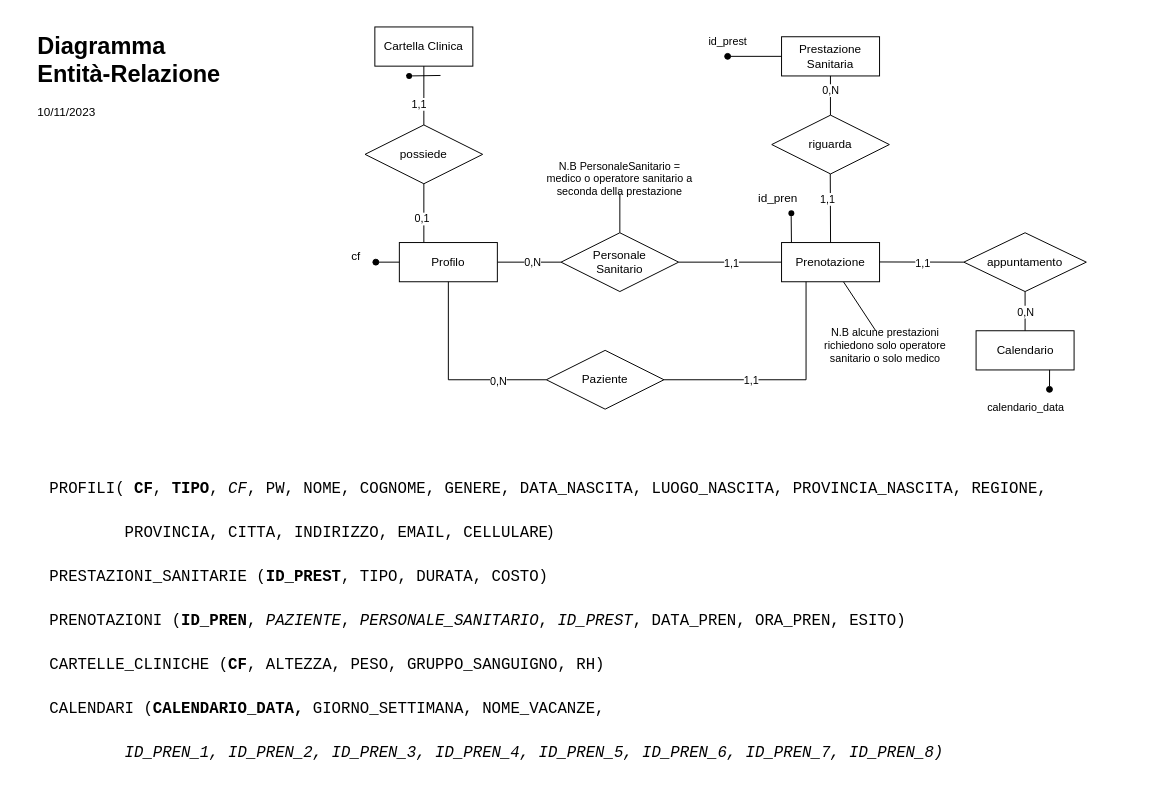
The draw.io diagram DiagrammaER.drawio in IngSW-unipv/Progetto-D23, before the edit. Source tidied: cells renumbered, new cells numbered last; positions are measured from the earlier drawing's top-left corner, leaving out a move shared by most shapes. Both pictures are drawn from the tidied source at 98%, with x=0, y=0 at pixel (32, 26).
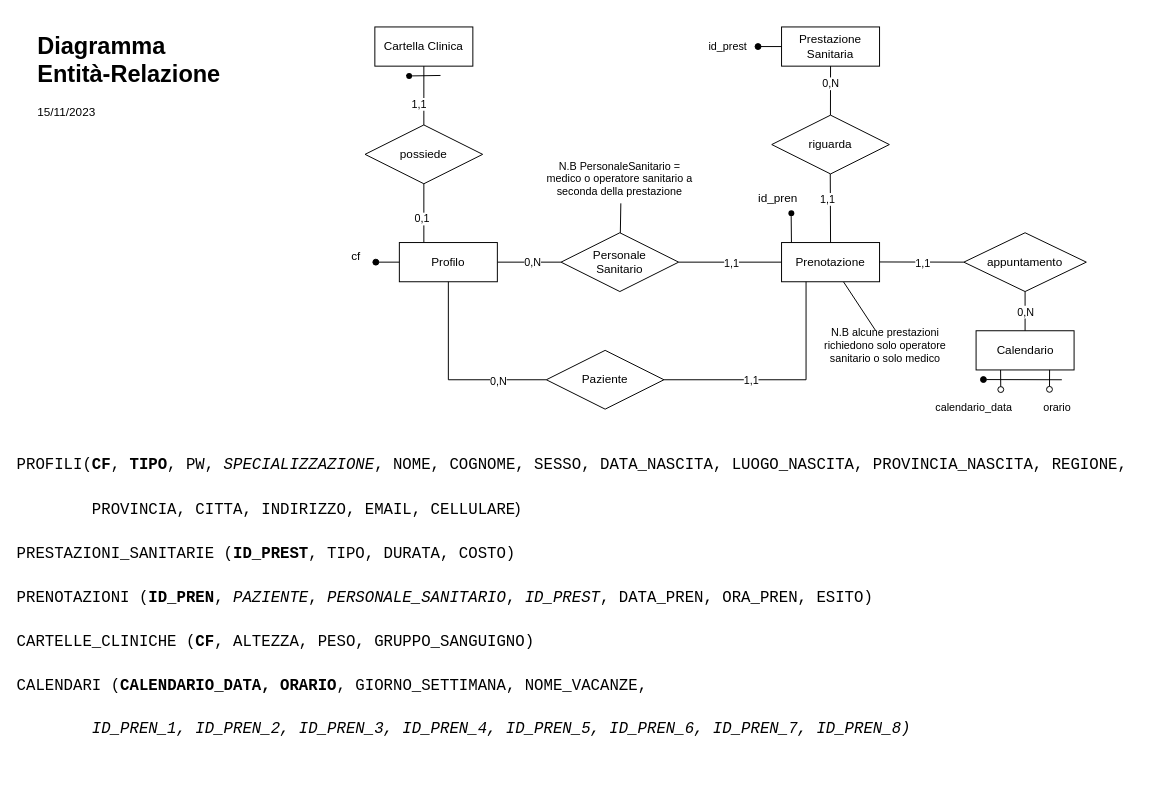
After the change.

Commit message (it also covers changes not shown here):
Popolamento prenotazioni DB e aggiornamento ERA

Unchanged cells that the change refers to:
```xml
<mxCell id="19" value="Calendario" style="whiteSpace=wrap;html=1;align=center;" parent="1" vertex="1">
  <mxGeometry x="962.5" y="310" width="100" height="40" as="geometry" />
</mxCell>
<mxCell id="31" value="Personale&lt;br&gt;Sanitario" style="shape=rhombus;perimeter=rhombusPerimeter;whiteSpace=wrap;html=1;align=center;" parent="1" vertex="1">
  <mxGeometry x="539" y="210" width="120" height="60" as="geometry" />
</mxCell>
<mxCell id="49" value="N.B PersonaleSanitario = medico o operatore sanitario a seconda della prestazione" style="text;html=1;strokeColor=none;fillColor=none;align=center;verticalAlign=middle;whiteSpace=wrap;rounded=0;fontSize=11;fontFamily=Helvetica;fontColor=default;" parent="1" vertex="1">
  <mxGeometry x="519" y="140" width="160" height="30" as="geometry" />
</mxCell>
```

Change to the diagram source:
```diff
@@
-    <mxCell id="2" value="&lt;p style=&quot;line-height: 90%;&quot;&gt;&lt;/p&gt;&lt;pre style=&quot;text-align: left; line-height: 180%; font-size: 16px;&quot;&gt;&lt;font style=&quot;font-size: 16px;&quot;&gt;&lt;br&gt;&lt;font style=&quot;font-size: 16px;&quot;&gt;PROFILI(&amp;nbsp;&lt;/font&gt;&lt;b style=&quot;background-color: initial; border-color: var(--border-color);&quot;&gt;CF&lt;/b&gt;&lt;span style=&quot;background-color: initial; border-color: var(--border-color);&quot;&gt;,&amp;nbsp;&lt;/span&gt;&lt;span style=&quot;background-color: initial;&quot;&gt;&lt;b&gt;TIPO&lt;/b&gt;, &lt;/span&gt;&lt;i style=&quot;background-color: initial;&quot;&gt;CF&lt;/i&gt;, PW,&amp;nbsp;&lt;span style=&quot;background-color: initial;&quot;&gt;NOME, COGNOME, GENERE, DATA_NASCITA, LUOGO_NASCITA, PROVINCIA_NASCITA,&amp;nbsp;&lt;/span&gt;&lt;span style=&quot;background-color: initial;&quot;&gt;REGIONE,&lt;span style=&quot;white-space: pre;&quot;&gt;&#9;&lt;/span&gt;&lt;/span&gt;&lt;/font&gt;&lt;/pre&gt;&lt;pre style=&quot;text-align: left; line-height: 180%; font-size: 16px;&quot;&gt;&lt;font style=&quot;font-size: 16px;&quot;&gt;&lt;span style=&quot;white-space: pre;&quot;&gt;&#9;&lt;/span&gt;PROVINCIA, CITTA, INDIRIZZO, EMAIL, CELLULARE&lt;span style=&quot;background-color: initial; font-family: Helvetica; white-space: normal;&quot;&gt;)&lt;/span&gt;&lt;/font&gt;&lt;/pre&gt;&lt;pre style=&quot;text-align: left; line-height: 180%; font-size: 16px;&quot;&gt;&lt;font style=&quot;font-size: 16px;&quot;&gt;&lt;span style=&quot;background-color: initial; border-color: var(--border-color);&quot;&gt;PRESTAZIONI_SANITARIE (&lt;b style=&quot;border-color: var(--border-color);&quot;&gt;ID_PREST&lt;/b&gt;, TIPO, DURATA, COSTO)&lt;span style=&quot;white-space: pre;&quot;&gt;&#9;&lt;/span&gt;&lt;br&gt;&lt;/span&gt;&lt;/font&gt;&lt;/pre&gt;&lt;pre style=&quot;text-align: left; line-height: 180%; font-size: 16px;&quot;&gt;&lt;font style=&quot;font-size: 16px;&quot;&gt;&lt;span style=&quot;background-color: initial; border-color: var(--border-color);&quot;&gt;PRENOTAZIONI (&lt;b style=&quot;border-color: var(--border-color);&quot;&gt;ID_PREN&lt;/b&gt;, &lt;i&gt;PAZIENTE&lt;/i&gt;, &lt;i&gt;PERSONALE_SANITARIO&lt;/i&gt;, &lt;i&gt;ID_PREST&lt;/i&gt;, DATA_PREN, ORA_PREN, ESITO)&lt;/span&gt;&lt;/font&gt;&lt;/pre&gt;&lt;pre style=&quot;text-align: left; line-height: 180%; font-size: 16px;&quot;&gt;&lt;font style=&quot;font-size: 16px;&quot;&gt;&lt;font style=&quot;font-size: 16px;&quot;&gt;CARTELLE_CLINICHE (&lt;b&gt;CF&lt;/b&gt;&lt;/font&gt;&lt;span style=&quot;background-color: initial;&quot;&gt;, ALTEZZA, PESO, GRUPPO_SANGUIGNO, RH)&lt;/span&gt;&lt;/font&gt;&lt;/pre&gt;&lt;pre style=&quot;text-align: left; line-height: 180%; font-size: 16px;&quot;&gt;&lt;span style=&quot;background-color: initial;&quot;&gt;&lt;font style=&quot;font-size: 16px;&quot;&gt;CALENDARI (&lt;b style=&quot;&quot;&gt;CALENDARIO_DATA,&amp;nbsp;&lt;/b&gt;GIORNO_SETTIMANA,&amp;nbsp;NOME_VACANZE, &lt;/font&gt;&lt;/span&gt;&lt;/pre&gt;&lt;pre style=&quot;text-align: left; line-height: 180%; font-size: 16px;&quot;&gt;&lt;font style=&quot;font-size: 16px;&quot;&gt;&lt;span style=&quot;background-color: initial;&quot;&gt;&lt;font style=&quot;font-size: 16px;&quot;&gt;&lt;i&gt;&lt;span style=&quot;white-space: pre;&quot;&gt;&#9;&lt;/span&gt;ID_PREN_1, ID_PREN_2, ID_PREN_3, I&lt;/i&gt;&lt;/font&gt;&lt;/span&gt;&lt;i style=&quot;background-color: initial;&quot;&gt;D_PREN_4, ID_PREN_5, ID_PREN_6, ID_PREN_7, ID_PREN_8)&lt;/i&gt;&lt;/font&gt;&lt;/pre&gt;&lt;p&gt;&lt;/p&gt;" style="text;html=1;strokeColor=none;fillColor=none;align=center;verticalAlign=middle;whiteSpace=wrap;rounded=0;" parent="1" vertex="1">
-      <mxGeometry x="40" y="420" width="1030" height="343" as="geometry" />
+    <mxCell id="2" value="&lt;p style=&quot;line-height: 90%;&quot;&gt;&lt;/p&gt;&lt;pre style=&quot;text-align: left; line-height: 180%; font-size: 16px;&quot;&gt;&lt;font style=&quot;font-size: 16px;&quot;&gt;&lt;br&gt;&lt;font style=&quot;font-size: 16px;&quot;&gt;PROFILI(&lt;/font&gt;&lt;b style=&quot;background-color: initial; border-color: var(--border-color);&quot;&gt;CF&lt;/b&gt;&lt;span style=&quot;background-color: initial; border-color: var(--border-color);&quot;&gt;,&amp;nbsp;&lt;/span&gt;&lt;span style=&quot;background-color: initial;&quot;&gt;&lt;b&gt;TIPO&lt;/b&gt;,&lt;/span&gt; PW,&amp;nbsp;&lt;i&gt;SPECIALIZZAZIONE&lt;/i&gt;, &lt;span style=&quot;background-color: initial;&quot;&gt;NOME, COGNOME, SESSO, DATA_NASCITA, LUOGO_NASCITA, PROVINCIA_NASCITA,&amp;nbsp;&lt;/span&gt;&lt;span style=&quot;background-color: initial;&quot;&gt;REGIONE,&lt;span style=&quot;white-space: pre;&quot;&gt;&#9;&lt;/span&gt;&lt;/span&gt;&lt;/font&gt;&lt;/pre&gt;&lt;pre style=&quot;text-align: left; line-height: 180%; font-size: 16px;&quot;&gt;&lt;font style=&quot;font-size: 16px;&quot;&gt;&lt;span style=&quot;white-space: pre;&quot;&gt;&#9;&lt;/span&gt;PROVINCIA, CITTA, INDIRIZZO, EMAIL, CELLULARE&lt;span style=&quot;background-color: initial; font-family: Helvetica; white-space: normal;&quot;&gt;)&lt;/span&gt;&lt;/font&gt;&lt;/pre&gt;&lt;pre style=&quot;text-align: left; line-height: 180%; font-size: 16px;&quot;&gt;&lt;font style=&quot;font-size: 16px;&quot;&gt;&lt;span style=&quot;background-color: initial; border-color: var(--border-color);&quot;&gt;PRESTAZIONI_SANITARIE (&lt;b style=&quot;border-color: var(--border-color);&quot;&gt;ID_PREST&lt;/b&gt;, TIPO, DURATA, COSTO)&lt;span style=&quot;white-space: pre;&quot;&gt;&#9;&lt;/span&gt;&lt;br&gt;&lt;/span&gt;&lt;/font&gt;&lt;/pre&gt;&lt;pre style=&quot;text-align: left; line-height: 180%; font-size: 16px;&quot;&gt;&lt;font style=&quot;font-size: 16px;&quot;&gt;&lt;span style=&quot;background-color: initial; border-color: var(--border-color);&quot;&gt;PRENOTAZIONI (&lt;b style=&quot;border-color: var(--border-color);&quot;&gt;ID_PREN&lt;/b&gt;, &lt;i&gt;PAZIENTE&lt;/i&gt;, &lt;i&gt;PERSONALE_SANITARIO&lt;/i&gt;, &lt;i&gt;ID_PREST&lt;/i&gt;, DATA_PREN, ORA_PREN, ESITO)&lt;/span&gt;&lt;/font&gt;&lt;/pre&gt;&lt;pre style=&quot;text-align: left; line-height: 180%; font-size: 16px;&quot;&gt;&lt;font style=&quot;font-size: 16px;&quot;&gt;&lt;font style=&quot;font-size: 16px;&quot;&gt;CARTELLE_CLINICHE (&lt;b&gt;CF&lt;/b&gt;&lt;/font&gt;&lt;span style=&quot;background-color: initial;&quot;&gt;, ALTEZZA, PESO, GRUPPO_SANGUIGNO)&lt;/span&gt;&lt;/font&gt;&lt;/pre&gt;&lt;pre style=&quot;text-align: left; line-height: 180%; font-size: 16px;&quot;&gt;&lt;span style=&quot;background-color: initial;&quot;&gt;&lt;font style=&quot;font-size: 16px;&quot;&gt;CALENDARI (&lt;b style=&quot;&quot;&gt;CALENDARIO_DATA, ORARIO&lt;/b&gt;,&lt;b style=&quot;&quot;&gt;&amp;nbsp;&lt;/b&gt;GIORNO_SETTIMANA,&amp;nbsp;NOME_VACANZE, &lt;/font&gt;&lt;/span&gt;&lt;/pre&gt;&lt;pre style=&quot;text-align: left; line-height: 180%; font-size: 16px;&quot;&gt;&lt;font style=&quot;font-size: 16px;&quot;&gt;&lt;span style=&quot;background-color: initial;&quot;&gt;&lt;font style=&quot;font-size: 16px;&quot;&gt;&lt;i&gt;&lt;span style=&quot;white-space: pre;&quot;&gt;&#9;&lt;/span&gt;ID_PREN_1, ID_PREN_2, ID_PREN_3, I&lt;/i&gt;&lt;/font&gt;&lt;/span&gt;&lt;i style=&quot;background-color: initial;&quot;&gt;D_PREN_4, ID_PREN_5, ID_PREN_6, ID_PREN_7, ID_PREN_8)&lt;/i&gt;&lt;/font&gt;&lt;/pre&gt;&lt;p&gt;&lt;/p&gt;" style="text;html=1;strokeColor=none;fillColor=none;align=center;verticalAlign=middle;whiteSpace=wrap;rounded=0;" parent="1" vertex="1">
+      <mxGeometry x="10" y="420" width="1100" height="296" as="geometry" />
     </mxCell>
@@
     <mxCell id="14" value="Prestazione Sanitaria" style="whiteSpace=wrap;html=1;align=center;" parent="1" vertex="1">
-      <mxGeometry x="764" y="10" width="100" height="40" as="geometry" />
+      <mxGeometry x="764" width="100" height="40" as="geometry" />
     </mxCell>
@@
-    <mxCell id="17" style="endArrow=none;html=1;rounded=0;exitX=0.5;exitY=0;exitDx=0;exitDy=0;" parent="1" edge="1">
+    <mxCell id="17" style="endArrow=none;html=1;rounded=0;exitX=0.5;exitY=0;exitDx=0;exitDy=0;entryX=0.5;entryY=1;entryDx=0;entryDy=0;" parent="1" edge="1" target="14">
       <mxGeometry relative="1" as="geometry">
         <mxPoint x="813.9" y="90" as="sourcePoint" />
-        <mxPoint x="813.9" y="50" as="targetPoint" />
       </mxGeometry>
     </mxCell>
@@
+    <mxCell id="51" style="rounded=0;jettySize=auto;html=1;exitX=0.25;exitY=1;exitDx=0;exitDy=0;endArrow=oval;endFill=0;" parent="1" edge="1" source="19">
+      <mxGeometry relative="1" as="geometry">
+        <mxPoint x="987.7" y="370" as="targetPoint" />
+      </mxGeometry>
+    </mxCell>
@@
-    <mxCell id="30" style="rounded=0;jettySize=auto;html=1;endArrow=none;endFill=0;" parent="1" edge="1" source="31" target="49">
-      <mxGeometry relative="1" as="geometry" />
+    <mxCell id="30" style="rounded=0;jettySize=auto;html=1;endArrow=none;endFill=0;" parent="1" edge="1" source="31">
+      <mxGeometry relative="1" as="geometry">
+        <mxPoint x="600" y="180" as="targetPoint" />
+      </mxGeometry>
     </mxCell>
@@
     <mxCell id="44" style="edgeStyle=none;shape=connector;rounded=0;jettySize=auto;html=1;labelBackgroundColor=default;strokeColor=default;fontFamily=Helvetica;fontSize=11;fontColor=default;endArrow=oval;endFill=1;exitX=0;exitY=0.5;exitDx=0;exitDy=0;" parent="1" edge="1" source="14">
       <mxGeometry relative="1" as="geometry">
-        <mxPoint x="709" y="30" as="targetPoint" />
+        <mxPoint x="740" y="20" as="targetPoint" />
       </mxGeometry>
     </mxCell>
@@
     <mxCell id="46" value="id_prest" style="text;html=1;align=center;verticalAlign=middle;strokeColor=none;fillColor=none;fontSize=11;fontFamily=Helvetica;fontColor=default;" parent="1" vertex="1">
-      <mxGeometry x="679" width="60" height="30" as="geometry" />
+      <mxGeometry x="679" y="5" width="60" height="30" as="geometry" />
     </mxCell>
     <mxCell id="47" value="calendario_data" style="text;html=1;align=center;verticalAlign=middle;strokeColor=none;fillColor=none;fontSize=11;fontFamily=Helvetica;fontColor=default;" parent="1" vertex="1">
-      <mxGeometry x="962.5" y="372.5" width="100" height="30" as="geometry" />
+      <mxGeometry x="910" y="373" width="100" height="30" as="geometry" />
     </mxCell>
-    <mxCell id="48" style="edgeStyle=none;shape=connector;rounded=0;jettySize=auto;html=1;labelBackgroundColor=default;strokeColor=default;fontFamily=Helvetica;fontSize=11;fontColor=default;endArrow=oval;endFill=1;exitX=0.75;exitY=1;exitDx=0;exitDy=0;entryX=0.874;entryY=-0.006;entryDx=0;entryDy=0;entryPerimeter=0;" parent="1" edge="1" source="19">
+    <mxCell id="48" style="edgeStyle=none;shape=connector;rounded=0;jettySize=auto;html=1;labelBackgroundColor=default;strokeColor=default;fontFamily=Helvetica;fontSize=11;fontColor=default;endArrow=oval;endFill=0;exitX=0.75;exitY=1;exitDx=0;exitDy=0;entryX=0.874;entryY=-0.006;entryDx=0;entryDy=0;entryPerimeter=0;" parent="1" edge="1" source="19">
       <mxGeometry relative="1" as="geometry">
         <mxPoint x="1037.4" y="369.8" as="targetPoint" />
       </mxGeometry>
     </mxCell>
@@
-    <mxCell id="50" value="&lt;h1&gt;Diagramma Entità-Relazione&lt;/h1&gt;&lt;p&gt;10/11/2023&lt;/p&gt;" style="text;html=1;strokeColor=none;fillColor=none;spacing=5;spacingTop=-20;whiteSpace=wrap;overflow=hidden;rounded=0;" parent="1" vertex="1">
+    <mxCell id="50" value="&lt;h1&gt;Diagramma Entità-Relazione&lt;/h1&gt;&lt;p&gt;15/11/2023&lt;/p&gt;" style="text;html=1;strokeColor=none;fillColor=none;spacing=5;spacingTop=-20;whiteSpace=wrap;overflow=hidden;rounded=0;" parent="1" vertex="1">
       <mxGeometry width="200" height="110" as="geometry" />
     </mxCell>
+    <mxCell id="52" value="orario" style="text;html=1;align=center;verticalAlign=middle;strokeColor=none;fillColor=none;fontSize=11;fontFamily=Helvetica;fontColor=default;" parent="1" vertex="1">
+      <mxGeometry x="1020" y="373" width="50" height="30" as="geometry" />
+    </mxCell>
+    <mxCell id="53" style="endArrow=oval;html=1;rounded=0;endFill=1;" parent="1" edge="1">
+      <mxGeometry relative="1" as="geometry">
+        <mxPoint x="1050" y="360" as="sourcePoint" />
+        <mxPoint x="970" y="359.8" as="targetPoint" />
+      </mxGeometry>
+    </mxCell>
```
